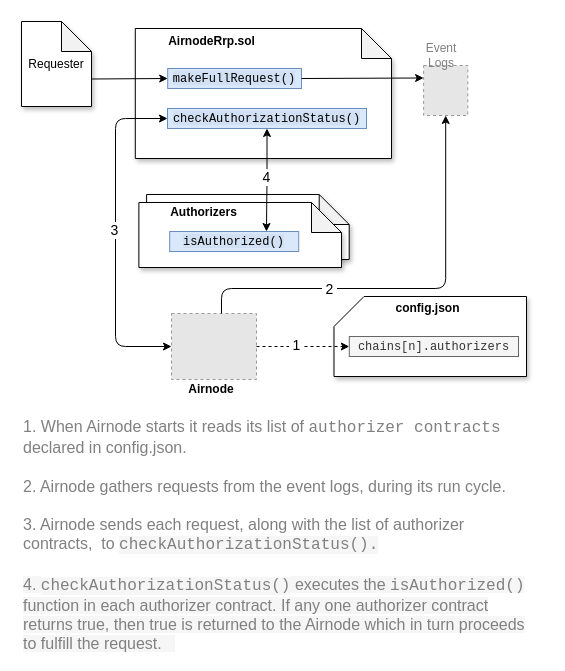
Above: docs/airnode/v1.0/assets/diagrams/concepts-authorizers.drawio in api3dao/old-api3-docs (draw.io), before the change. Source tidied: cells renumbered, new cells numbered last; positions are measured from the earlier drawing's top-left corner, leaving out a move shared by most shapes. Both pictures are drawn from the tidied source at 100%, with x=0, y=0 at pixel (21, 21). Pictures stored in the file or linked from it are replaced by grey dashed boxes.
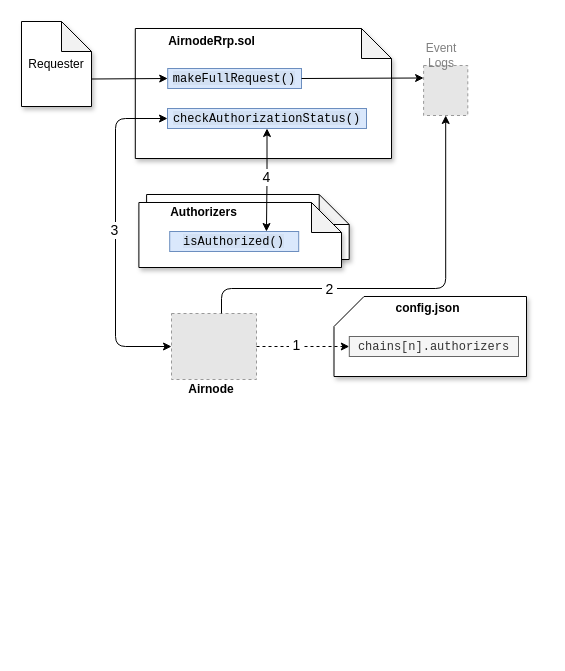
The same diagram, later.

The edit, as a diff of the source:
```diff
@@
-    <mxCell id="18" value="&lt;font style=&quot;font-size: 16px&quot; color=&quot;#808080&quot;&gt;&lt;font style=&quot;font-size: 16px&quot;&gt;1. When Airnode starts it reads its list of &lt;font face=&quot;Courier New&quot; style=&quot;font-size: 16px&quot;&gt;authorizer contracts&lt;/font&gt; declared in config.json.&lt;br&gt;&lt;br&gt;2. Airnode gathers requests from the event logs, during its run cycle.&lt;br&gt;&lt;br&gt;3. Airnode sends each request, along with the list of authorizer contracts,&amp;nbsp; to&amp;nbsp;&lt;/font&gt;&lt;span style=&quot;font-family: &amp;#34;courier new&amp;#34; ; background-color: rgba(29 , 28 , 29 , 0.04)&quot;&gt;checkAuthorizationStatus().&lt;br&gt;&lt;/span&gt;&lt;span style=&quot;background-color: rgba(29 , 28 , 29 , 0.04)&quot;&gt;&lt;br&gt;4.&amp;nbsp;&lt;/span&gt;&lt;/font&gt;&lt;span style=&quot;color: rgb(128 , 128 , 128) ; font-family: &amp;#34;courier new&amp;#34; ; font-size: 16px ; background-color: rgba(29 , 28 , 29 , 0.04)&quot;&gt;checkAuthorizationStatus()&lt;/span&gt;&lt;font style=&quot;font-size: 16px&quot; color=&quot;#808080&quot;&gt;&lt;span style=&quot;background-color: rgba(29 , 28 , 29 , 0.04)&quot;&gt;&amp;nbsp;&lt;/span&gt;&lt;span style=&quot;background-color: rgba(29 , 28 , 29 , 0.04)&quot;&gt;&lt;font style=&quot;font-size: 16px&quot;&gt;executes the &lt;font face=&quot;Courier New&quot; style=&quot;font-size: 16px&quot;&gt;isAuthorized()&lt;/font&gt; function in&amp;nbsp;&lt;/font&gt;&lt;/span&gt;&lt;span style=&quot;background-color: rgba(29 , 28 , 29 , 0.04)&quot;&gt;&lt;font style=&quot;font-size: 16px&quot;&gt;each authorizer contract. If any one authorizer contract returns true, then true is returned to the Airnode which in turn proceeds to fulfill the request.&amp;nbsp; &amp;nbsp;&lt;/font&gt;&lt;/span&gt;&lt;/font&gt;&lt;font style=&quot;font-size: 14px&quot; color=&quot;#808080&quot;&gt;&lt;br&gt;&lt;/font&gt;" style="text;html=1;strokeColor=none;fillColor=none;align=left;verticalAlign=top;whiteSpace=wrap;rounded=0;shadow=1;sketch=0;" parent="1" vertex="1">
-      <mxGeometry y="389" width="520" height="150" as="geometry" />
-    </mxCell>
```
